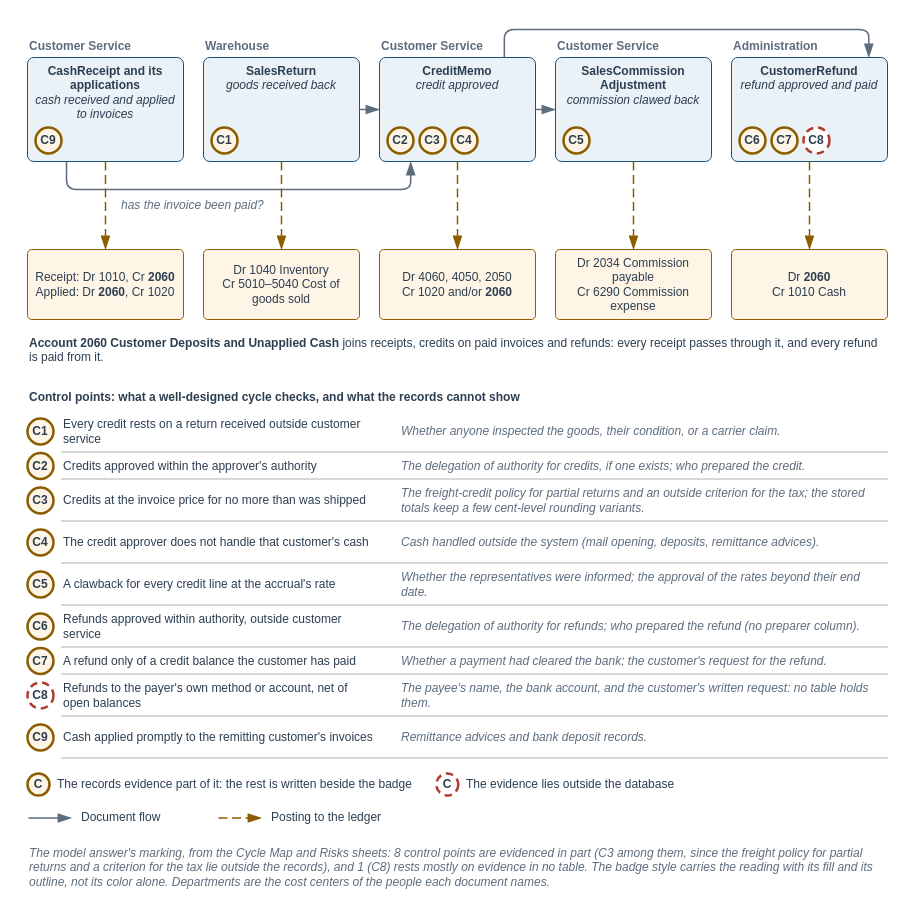
The draw.io diagram facts/instructor/figures/chapter-19-customer-credits-audit/IF-19-1-A.drawio in mmcodesso/Accounting_Analytics_Book, before the edit. Source tidied: cells renumbered, new cells numbered last; positions are measured from the earlier drawing's top-left corner, leaving out a move shared by most shapes. Both pictures are drawn from the tidied source at 100%, with x=0, y=0 at pixel (27, 17).
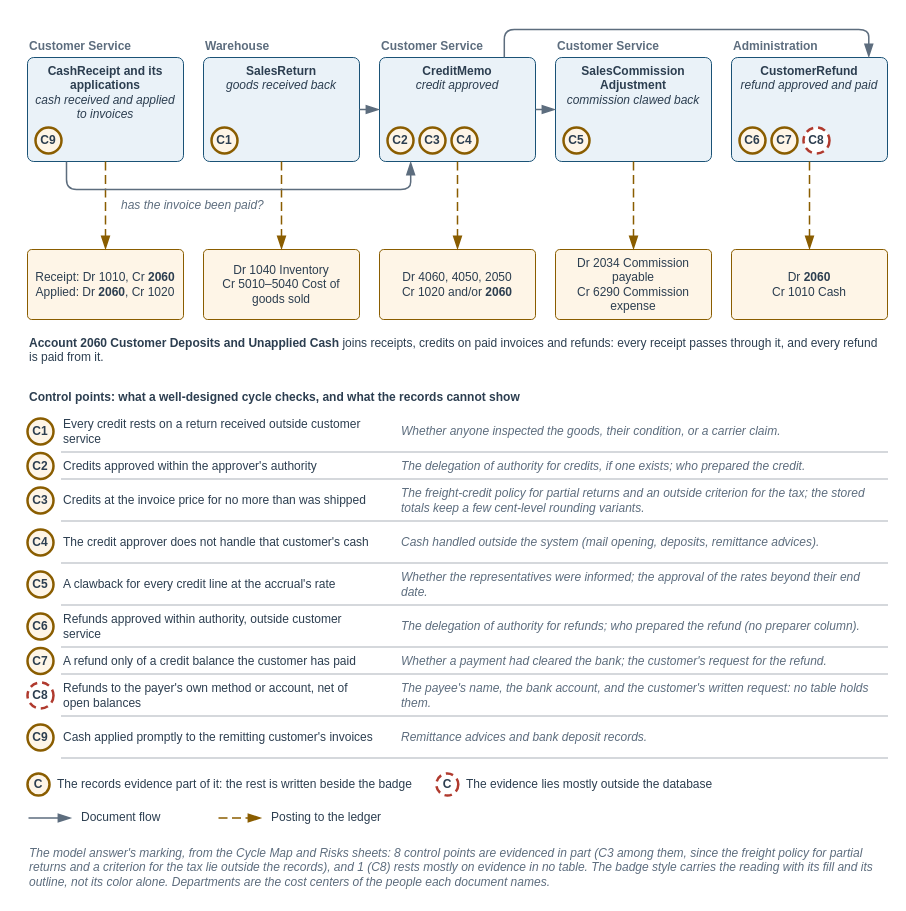
After the change.

What changed in the source:
```diff
@@
-    <mxCell id="78" value="The evidence lies outside the database" style="text;html=1;whiteSpace=wrap;align=left;verticalAlign=middle;fontSize=12;fontColor=#2C3E50;fontStyle=0;fontFamily=Helvetica;spacing=2;fillColor=none;strokeColor=none;" parent="1" vertex="1">
-      <mxGeometry x="436.8" y="756" width="220.1" height="22" as="geometry" />
+    <mxCell id="78" value="The evidence lies mostly outside the database" style="text;html=1;whiteSpace=wrap;align=left;verticalAlign=middle;fontSize=12;fontColor=#2C3E50;fontStyle=0;fontFamily=Helvetica;spacing=2;fillColor=none;strokeColor=none;" parent="1" vertex="1">
+      <mxGeometry x="436.8" y="756" width="258.1" height="22" as="geometry" />
     </mxCell>
```
